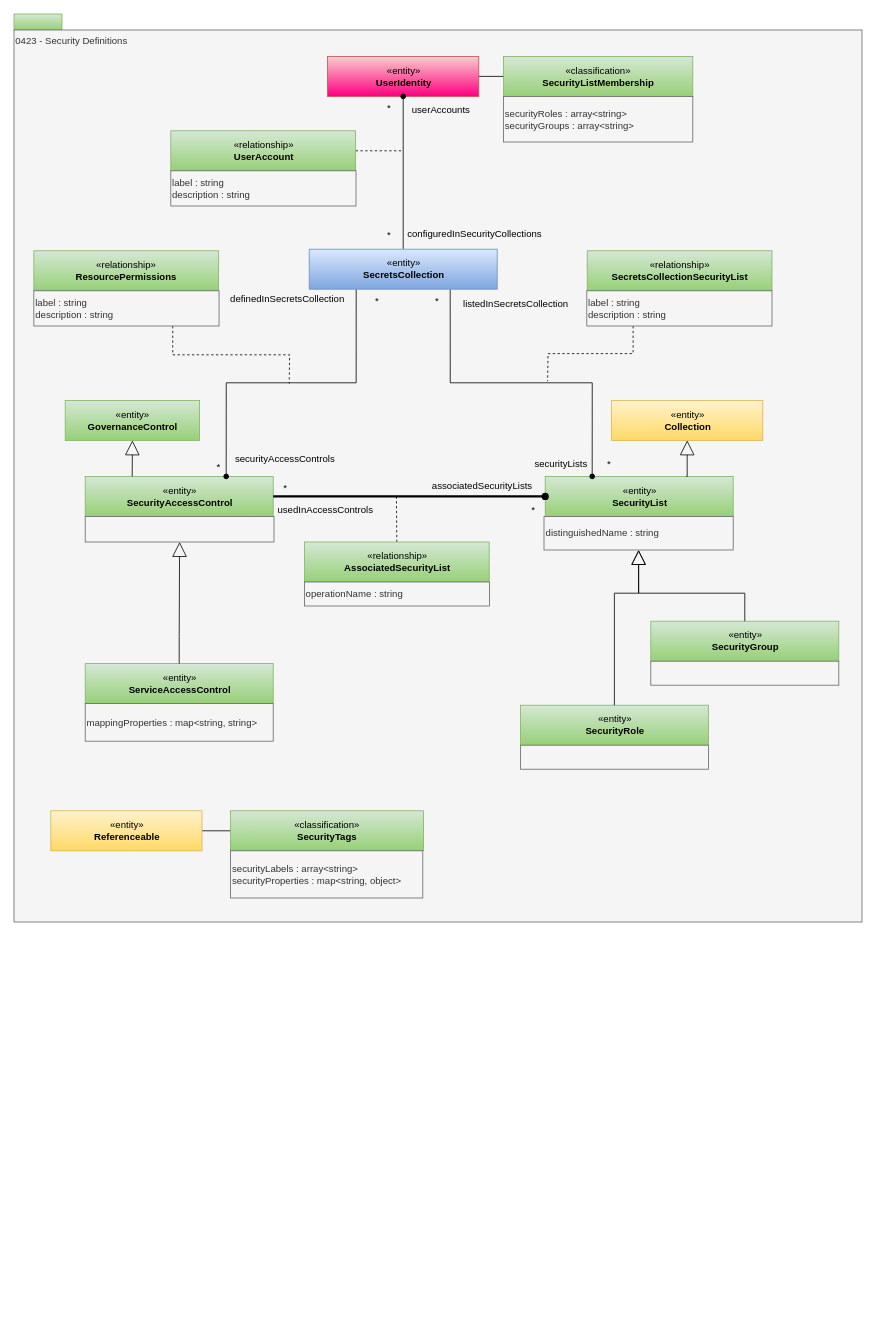
The draw.io diagram page "0423-Security-Definitions" (8 of 30) of site/docs/types/4/area-4-governance.drawio in odpi/egeria-docs, before the edit. Source tidied: cells renumbered, new cells numbered last; positions are measured from the earlier drawing's top-left corner, leaving out a move shared by most shapes. Both pictures are drawn from the tidied source at 80%, with x=0, y=0 at pixel (14, 14).
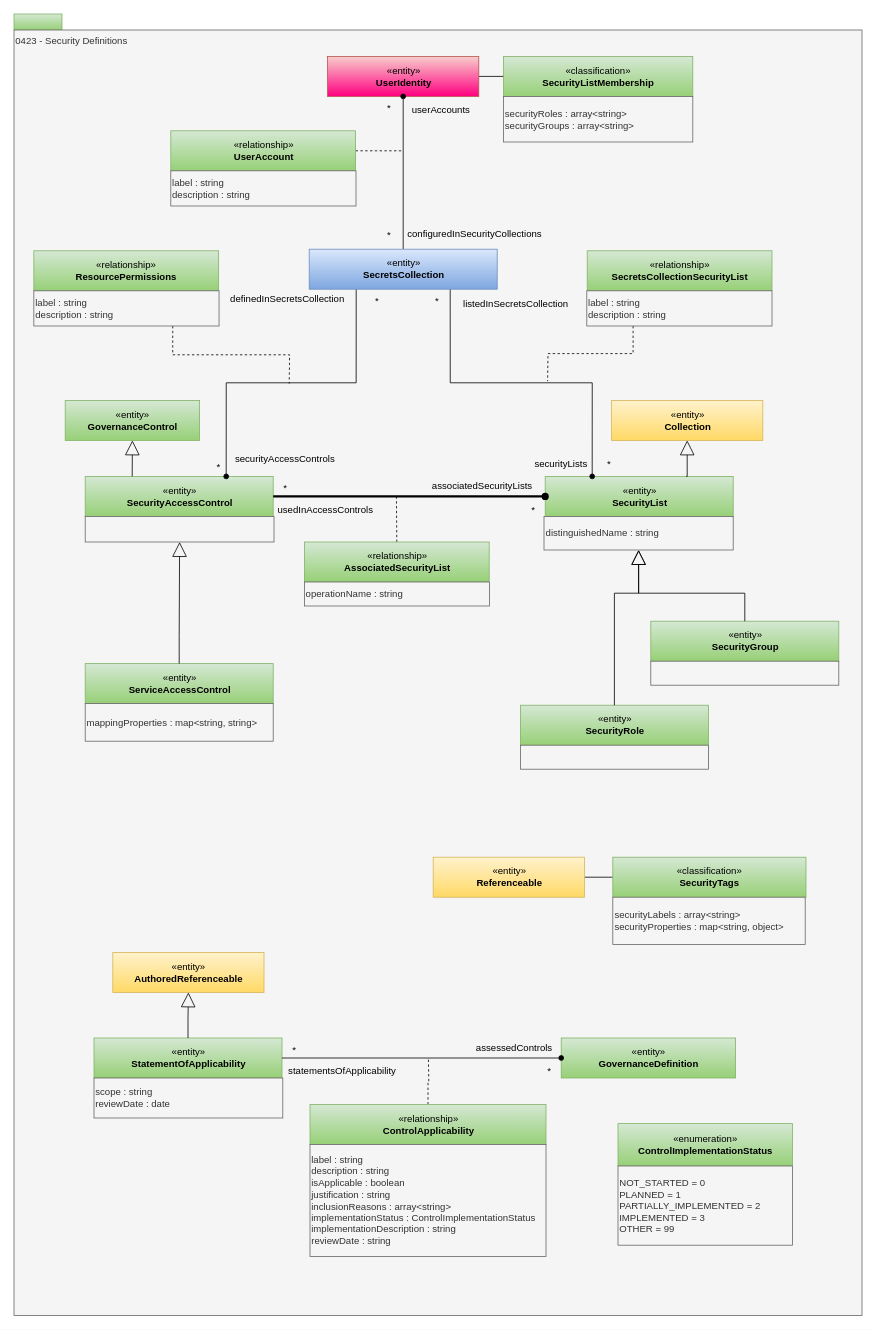
The same diagram, later.

Change to the diagram source:
```diff
@@
     <mxCell id="3" value="0423 - Security Definitions" style="rounded=0;whiteSpace=wrap;html=1;align=left;verticalAlign=top;fillColor=#f5f5f5;fontColor=#333333;strokeColor=#666666;" parent="1" vertex="1">
-      <mxGeometry y="20" width="1060" height="1115" as="geometry" />
+      <mxGeometry y="20" width="1060" height="1607" as="geometry" />
     </mxCell>
@@
     <mxCell id="5" value="«classification»&lt;br&gt;&lt;b&gt;SecurityTags&lt;/b&gt;" style="html=1;strokeColor=#82b366;align=center;fillColor=#d5e8d4;gradientColor=#97d077;" parent="1" vertex="1">
-      <mxGeometry x="270.5" y="996" width="241.5" height="50" as="geometry" />
+      <mxGeometry x="748.5" y="1054" width="241.5" height="50" as="geometry" />
     </mxCell>
     <mxCell id="6" value="«entity»&lt;br&gt;&lt;b&gt;Referenceable&lt;/b&gt;" style="html=1;strokeColor=#d6b656;align=center;fillColor=#fff2cc;gradientColor=#ffd966;" parent="1" vertex="1">
-      <mxGeometry x="46" y="996" width="189" height="50" as="geometry" />
+      <mxGeometry x="524" y="1054" width="189" height="50" as="geometry" />
     </mxCell>
     <mxCell id="7" value="securityLabels : array&amp;lt;string&amp;gt;&lt;br&gt;securityProperties : map&amp;lt;string, object&amp;gt;" style="rounded=0;whiteSpace=wrap;html=1;strokeColor=#666666;align=left;fillColor=#f5f5f5;fontColor=#333333;" parent="1" vertex="1">
-      <mxGeometry x="270.5" y="1046" width="240.5" height="59" as="geometry" />
+      <mxGeometry x="748.5" y="1104" width="240.5" height="59" as="geometry" />
     </mxCell>
@@
+    <mxCell id="62" value="«entity»&lt;br&gt;&lt;b&gt;StatementOfApplicability&lt;/b&gt;" style="html=1;strokeColor=#82b366;align=center;fillColor=#d5e8d4;gradientColor=#97d077;" parent="1" vertex="1">
+      <mxGeometry x="100" y="1280" width="235" height="50" as="geometry" />
+    </mxCell>
+    <mxCell id="63" value="«entity»&lt;br&gt;&lt;b&gt;GovernanceDefinition&lt;/b&gt;" style="html=1;strokeColor=#82b366;align=center;fillColor=#d5e8d4;gradientColor=#97d077;" parent="1" vertex="1">
+      <mxGeometry x="684" y="1280" width="218" height="50" as="geometry" />
+    </mxCell>
+    <mxCell id="64" style="edgeStyle=orthogonalEdgeStyle;rounded=0;jettySize=auto;html=1;exitX=0.5;exitY=0;exitDx=0;exitDy=0;startArrow=none;startFill=0;endArrow=none;endFill=0;startSize=6;dashed=1;" parent="1" edge="1" source="73">
+      <mxGeometry relative="1" as="geometry">
+        <mxPoint x="518" y="1305.5" as="targetPoint" />
+      </mxGeometry>
+    </mxCell>
+    <mxCell id="65" value="assessedControls" style="text;html=1;align=center;verticalAlign=middle;strokeColor=none;fillColor=none;" parent="1" vertex="1">
+      <mxGeometry x="568" y="1280" width="113" height="26" as="geometry" />
+    </mxCell>
+    <mxCell id="66" value="*" style="text;html=1;align=center;verticalAlign=middle;strokeColor=none;fillColor=none;" parent="1" vertex="1">
+      <mxGeometry x="335" y="1280" width="30" height="30" as="geometry" />
+    </mxCell>
+    <mxCell id="67" value="*" style="text;html=1;align=center;verticalAlign=middle;strokeColor=none;fillColor=none;" parent="1" vertex="1">
+      <mxGeometry x="654" y="1307" width="30" height="30" as="geometry" />
+    </mxCell>
+    <mxCell id="68" value="statementsOfApplicability" style="text;html=1;align=center;verticalAlign=middle;strokeColor=none;fillColor=none;" parent="1" vertex="1">
+      <mxGeometry x="333" y="1309" width="153" height="26" as="geometry" />
+    </mxCell>
+    <mxCell id="69" style="edgeStyle=orthogonalEdgeStyle;rounded=0;jettySize=auto;html=1;exitX=0;exitY=0.5;exitDx=0;exitDy=0;entryX=1;entryY=0.5;entryDx=0;entryDy=0;startArrow=oval;startFill=1;endArrow=none;endFill=0;startSize=6;strokeWidth=1;" parent="1" edge="1" source="63" target="62">
+      <mxGeometry relative="1" as="geometry" />
+    </mxCell>
+    <mxCell id="70" value="«entity»&lt;br&gt;&lt;b&gt;AuthoredReferenceable&lt;/b&gt;" style="html=1;strokeColor=#d6b656;align=center;fillColor=#fff2cc;gradientColor=#ffd966;" parent="1" vertex="1">
+      <mxGeometry x="123.5" y="1173" width="189" height="50" as="geometry" />
+    </mxCell>
+    <mxCell id="71" style="edgeStyle=orthogonalEdgeStyle;rounded=0;jettySize=auto;html=1;endArrow=block;endFill=0;endSize=16;exitX=0.5;exitY=0;exitDx=0;exitDy=0;entryX=0.5;entryY=1;entryDx=0;entryDy=0;" parent="1" edge="1" source="62" target="70">
+      <mxGeometry relative="1" as="geometry" />
+    </mxCell>
+    <mxCell id="72" value="scope : string&lt;div&gt;reviewDate : date&lt;/div&gt;" style="rounded=0;whiteSpace=wrap;html=1;strokeColor=#666666;align=left;fillColor=#f5f5f5;fontColor=#333333;" parent="1" vertex="1">
+      <mxGeometry x="100" y="1330" width="236" height="50" as="geometry" />
+    </mxCell>
+    <mxCell id="73" value="«relationship»&lt;br&gt;&lt;b&gt;ControlApplicability&lt;/b&gt;" style="html=1;strokeColor=#82b366;align=center;fillColor=#d5e8d4;gradientColor=#97d077;" parent="1" vertex="1">
+      <mxGeometry x="370" y="1363" width="295" height="50" as="geometry" />
+    </mxCell>
+    <mxCell id="74" value="&lt;div&gt;label : string&lt;/div&gt;&lt;span style=&quot;background-color: transparent; color: light-dark(rgb(51, 51, 51), rgb(193, 193, 193));&quot;&gt;description : string&lt;/span&gt;&lt;div&gt;isApplicable : boolean&lt;div&gt;justification : string&lt;/div&gt;&lt;div&gt;inclusionReasons : array&amp;lt;string&amp;gt;&lt;/div&gt;&lt;div&gt;implementationStatus : ControlImplementationStatus&lt;/div&gt;&lt;div&gt;implementationDescription : string&lt;/div&gt;&lt;div&gt;reviewDate : string&lt;/div&gt;&lt;/div&gt;" style="rounded=0;whiteSpace=wrap;html=1;align=left;fillColor=#f5f5f5;fontColor=#333333;strokeColor=#666666;" parent="1" vertex="1">
+      <mxGeometry x="370" y="1413" width="295" height="140" as="geometry" />
+    </mxCell>
+    <mxCell id="75" value="«enumeration»&lt;br&gt;&lt;b&gt;ControlImplementationStatus&lt;/b&gt;" style="html=1;strokeColor=#82b366;align=center;fillColor=#d5e8d4;gradientColor=#97d077;" parent="1" vertex="1">
+      <mxGeometry x="755" y="1387" width="218" height="53" as="geometry" />
+    </mxCell>
+    <mxCell id="76" value="NOT_STARTED = 0&lt;br&gt;PLANNED = 1&lt;br&gt;PARTIALLY_IMPLEMENTED = 2&lt;br&gt;IMPLEMENTED = 3&lt;br&gt;OTHER = 99" style="rounded=0;whiteSpace=wrap;html=1;strokeColor=#666666;align=left;fillColor=#f5f5f5;fontColor=#333333;" parent="1" vertex="1">
+      <mxGeometry x="755" y="1440" width="218" height="99" as="geometry" />
+    </mxCell>
```
